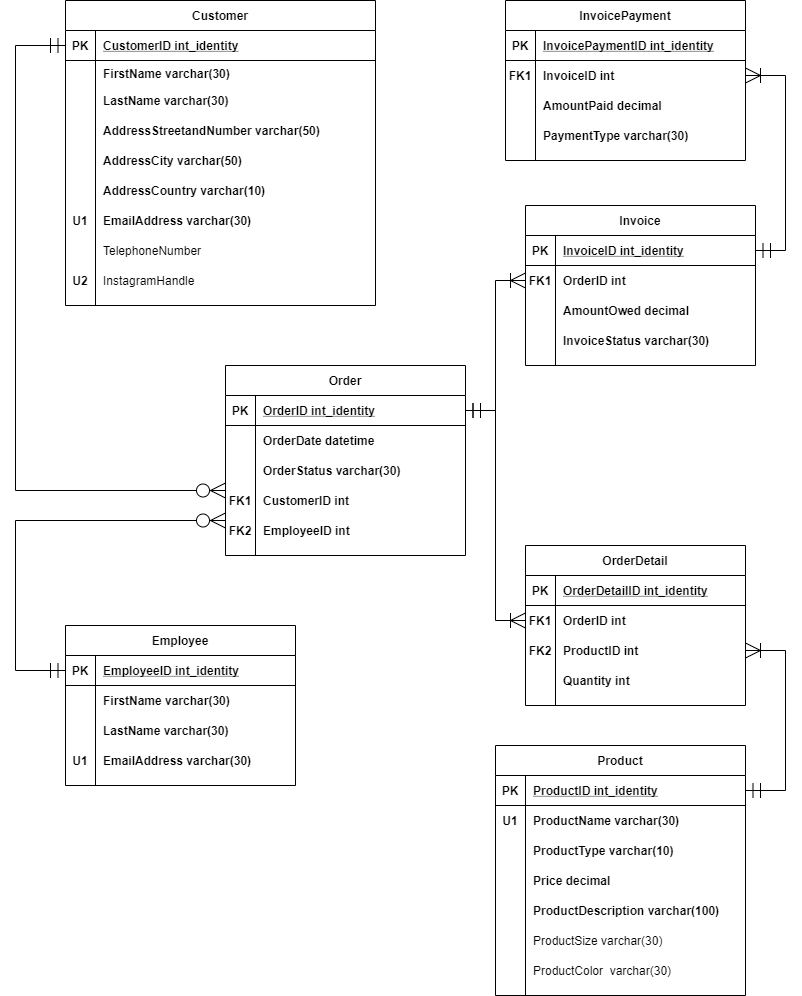
This is Project/Project Logical Model.png from trisxcj1/SyracuseUniversity_IST659, a draw.io export, as it was before one commit. Source tidied: cells renumbered, new cells last; positions are measured from the earlier drawing's top-left corner, leaving out a move shared by most shapes.
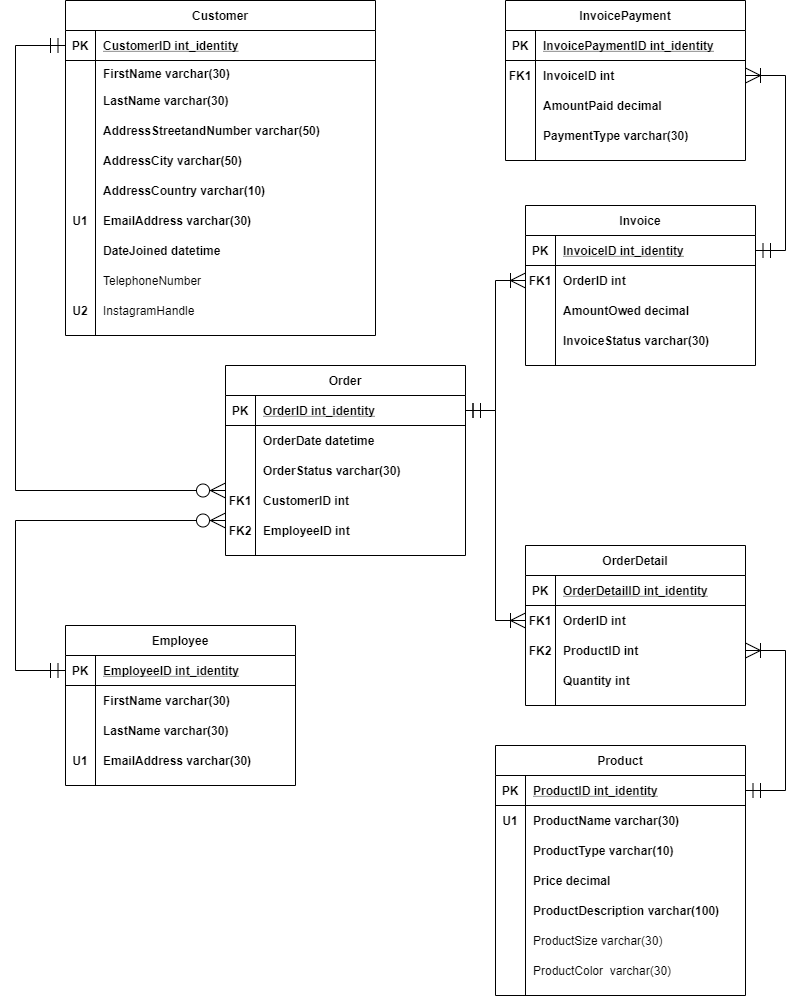
Later version of the same file.

Diff of the diagram source:
```diff
@@ -3,7 +3,7 @@
     <mxCell id="0" />
     <mxCell id="1" parent="0" />
     <mxCell id="2" value="Customer" style="shape=table;startSize=30;rowLines=0;fontStyle=1;align=center;" parent="1" vertex="1">
-      <mxGeometry x="50" width="310" height="305" as="geometry" />
+      <mxGeometry x="50" width="310" height="335" as="geometry" />
     </mxCell>
     <mxCell id="3" style="shape=partialRectangle;fillColor=none;top=0;left=0;bottom=1;right=0;points=[[0,0.5],[1,0.5]];portConstraint=eastwest;" parent="2" vertex="1">
       <mxGeometry y="30" width="310" height="30" as="geometry" />
@@ -68,8 +68,17 @@
     <mxCell id="23" value="EmailAddress varchar(30)" style="shape=partialRectangle;fillColor=none;top=0;left=0;bottom=0;right=0;align=left;spacingLeft=6;overflow=hidden;fontStyle=1;" parent="21" vertex="1">
       <mxGeometry x="30" width="280" height="30" as="geometry" />
     </mxCell>
+    <mxCell id="126" style="shape=partialRectangle;fillColor=none;top=0;left=0;bottom=0;right=0;" parent="2" vertex="1">
+      <mxGeometry y="235" width="310" height="30" as="geometry" />
+    </mxCell>
+    <mxCell id="127" style="shape=partialRectangle;fillColor=none;top=0;left=0;bottom=0;right=0;overflow=hidden;fontStyle=1;" parent="126" vertex="1">
+      <mxGeometry width="30" height="30" as="geometry" />
+    </mxCell>
+    <mxCell id="128" value="DateJoined datetime" style="shape=partialRectangle;fillColor=none;top=0;left=0;bottom=0;right=0;align=left;spacingLeft=6;overflow=hidden;fontStyle=1;" parent="126" vertex="1">
+      <mxGeometry x="30" width="280" height="30" as="geometry" />
+    </mxCell>
     <mxCell id="24" style="shape=partialRectangle;fillColor=none;top=0;left=0;bottom=0;right=0;" parent="2" vertex="1">
-      <mxGeometry y="235" width="310" height="30" as="geometry" />
+      <mxGeometry y="265" width="310" height="30" as="geometry" />
     </mxCell>
     <mxCell id="25" style="shape=partialRectangle;fillColor=none;top=0;left=0;bottom=0;right=0;overflow=hidden;" parent="24" vertex="1">
       <mxGeometry width="30" height="30" as="geometry" />
@@ -78,7 +87,7 @@
       <mxGeometry x="30" width="280" height="30" as="geometry" />
     </mxCell>
     <mxCell id="27" style="shape=partialRectangle;fillColor=none;top=0;left=0;bottom=0;right=0;" parent="2" vertex="1">
-      <mxGeometry y="265" width="310" height="30" as="geometry" />
+      <mxGeometry y="295" width="310" height="30" as="geometry" />
     </mxCell>
     <mxCell id="28" value="U2" style="shape=partialRectangle;fillColor=none;top=0;left=0;bottom=0;right=0;overflow=hidden;fontStyle=1;" parent="27" vertex="1">
       <mxGeometry width="30" height="30" as="geometry" />
```
